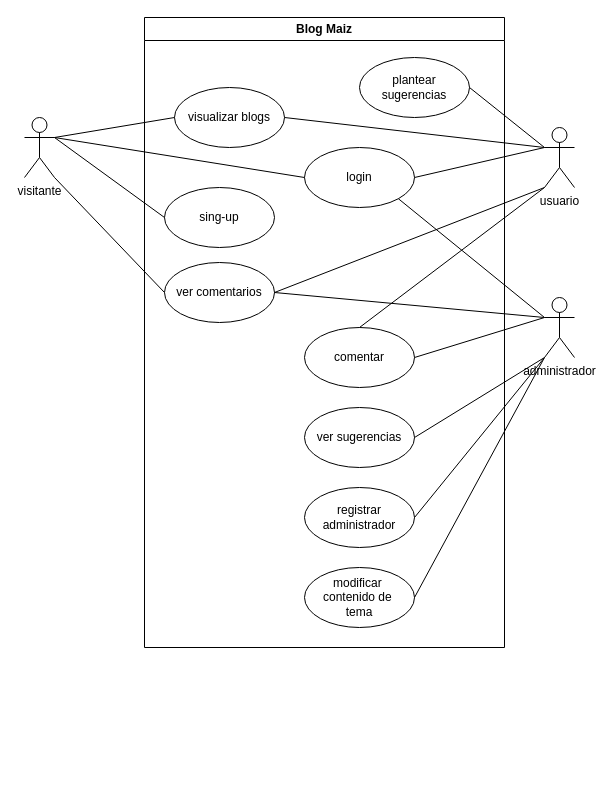
Before: DOCUMENTACION/diagramas/casosdeuso.drawio in cresb-49/PRACTICA-1-TEO1, a draw.io diagram. Source tidied: cells renumbered, new cells numbered last; positions are measured from the earlier drawing's top-left corner, leaving out a move shared by most shapes. Both pictures are drawn from the tidied source at 100%, with x=0, y=0 at pixel (24, 17).
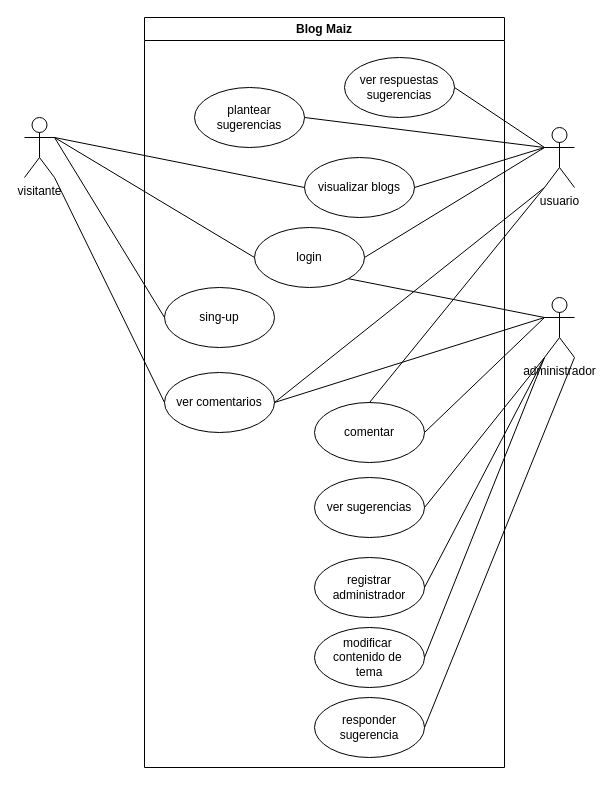
The same diagram, later.

Commit message (it also covers changes not shown here):
segmentacion de las respuestas de sugerencias

The change refers to these unchanged cells:
```xml
<mxCell id="3" value="usuario" style="shape=umlActor;verticalLabelPosition=bottom;verticalAlign=top;html=1;outlineConnect=0;" parent="1" vertex="1">
  <mxGeometry x="520" y="110" width="30" height="60" as="geometry" />
</mxCell>
<mxCell id="4" value="administrador" style="shape=umlActor;verticalLabelPosition=bottom;verticalAlign=top;html=1;outlineConnect=0;" parent="1" vertex="1">
  <mxGeometry x="520" y="280" width="30" height="60" as="geometry" />
</mxCell>
```

What changed in the source:
```diff
@@
     <mxCell id="5" value="Blog Maiz" style="swimlane;whiteSpace=wrap;html=1;" parent="1" vertex="1">
-      <mxGeometry x="120" width="360" height="630" as="geometry" />
+      <mxGeometry x="120" width="360" height="750" as="geometry" />
     </mxCell>
+    <mxCell id="12" value="plantear sugerencias" style="ellipse;whiteSpace=wrap;html=1;" parent="5" vertex="1">
+      <mxGeometry x="50" y="70" width="110" height="60" as="geometry" />
+    </mxCell>
     <mxCell id="6" value="visualizar blogs" style="ellipse;whiteSpace=wrap;html=1;" parent="5" vertex="1">
-      <mxGeometry x="30" y="70" width="110" height="60" as="geometry" />
+      <mxGeometry x="160" y="140" width="110" height="60" as="geometry" />
     </mxCell>
+    <mxCell id="10" value="login" style="ellipse;whiteSpace=wrap;html=1;" parent="5" vertex="1">
+      <mxGeometry x="110" y="210" width="110" height="60" as="geometry" />
+    </mxCell>
+    <mxCell id="9" value="sing-up" style="ellipse;whiteSpace=wrap;html=1;" parent="5" vertex="1">
+      <mxGeometry x="20" y="270" width="110" height="60" as="geometry" />
+    </mxCell>
+    <mxCell id="8" value="ver comentarios" style="ellipse;whiteSpace=wrap;html=1;" parent="5" vertex="1">
+      <mxGeometry x="20" y="355" width="110" height="60" as="geometry" />
+    </mxCell>
     <mxCell id="7" value="comentar" style="ellipse;whiteSpace=wrap;html=1;" parent="5" vertex="1">
-      <mxGeometry x="160" y="310" width="110" height="60" as="geometry" />
+      <mxGeometry x="170" y="385" width="110" height="60" as="geometry" />
     </mxCell>
-    <mxCell id="8" value="ver comentarios" style="ellipse;whiteSpace=wrap;html=1;" parent="5" vertex="1">
-      <mxGeometry x="20" y="245" width="110" height="60" as="geometry" />
-    </mxCell>
-    <mxCell id="9" value="sing-up" style="ellipse;whiteSpace=wrap;html=1;" parent="5" vertex="1">
-      <mxGeometry x="20" y="170" width="110" height="60" as="geometry" />
-    </mxCell>
-    <mxCell id="10" value="login" style="ellipse;whiteSpace=wrap;html=1;" parent="5" vertex="1">
-      <mxGeometry x="160" y="130" width="110" height="60" as="geometry" />
-    </mxCell>
     <mxCell id="11" value="ver sugerencias" style="ellipse;whiteSpace=wrap;html=1;" parent="5" vertex="1">
-      <mxGeometry x="160" y="390" width="110" height="60" as="geometry" />
+      <mxGeometry x="170" y="460" width="110" height="60" as="geometry" />
     </mxCell>
-    <mxCell id="12" value="plantear sugerencias" style="ellipse;whiteSpace=wrap;html=1;" parent="5" vertex="1">
-      <mxGeometry x="215" y="40" width="110" height="60" as="geometry" />
-    </mxCell>
     <mxCell id="13" value="registrar administrador" style="ellipse;whiteSpace=wrap;html=1;" parent="5" vertex="1">
-      <mxGeometry x="160" y="470" width="110" height="60" as="geometry" />
+      <mxGeometry x="170" y="540" width="110" height="60" as="geometry" />
     </mxCell>
     <mxCell id="14" value="modificar&amp;nbsp;&lt;br&gt;contenido de&amp;nbsp;&lt;br&gt;tema" style="ellipse;whiteSpace=wrap;html=1;" parent="5" vertex="1">
-      <mxGeometry x="160" y="550" width="110" height="60" as="geometry" />
+      <mxGeometry x="170" y="610" width="110" height="60" as="geometry" />
     </mxCell>
+    <mxCell id="30" value="responder sugerencia" style="ellipse;whiteSpace=wrap;html=1;" parent="5" vertex="1">
+      <mxGeometry x="170" y="680" width="110" height="60" as="geometry" />
+    </mxCell>
+    <mxCell id="31" value="ver respuestas sugerencias" style="ellipse;whiteSpace=wrap;html=1;" parent="5" vertex="1">
+      <mxGeometry x="200" y="40" width="110" height="60" as="geometry" />
+    </mxCell>
@@
+    <mxCell id="32" style="endArrow=none;html=1;entryX=1;entryY=1;entryDx=0;entryDy=0;entryPerimeter=0;exitX=1;exitY=0.5;exitDx=0;exitDy=0;" parent="1" edge="1" source="30" target="4">
+      <mxGeometry relative="1" as="geometry" />
+    </mxCell>
+    <mxCell id="33" style="endArrow=none;html=1;entryX=0;entryY=0.3333333333333333;entryDx=0;entryDy=0;entryPerimeter=0;exitX=1;exitY=0.5;exitDx=0;exitDy=0;" parent="1" edge="1" source="31" target="3">
+      <mxGeometry relative="1" as="geometry" />
+    </mxCell>
```
